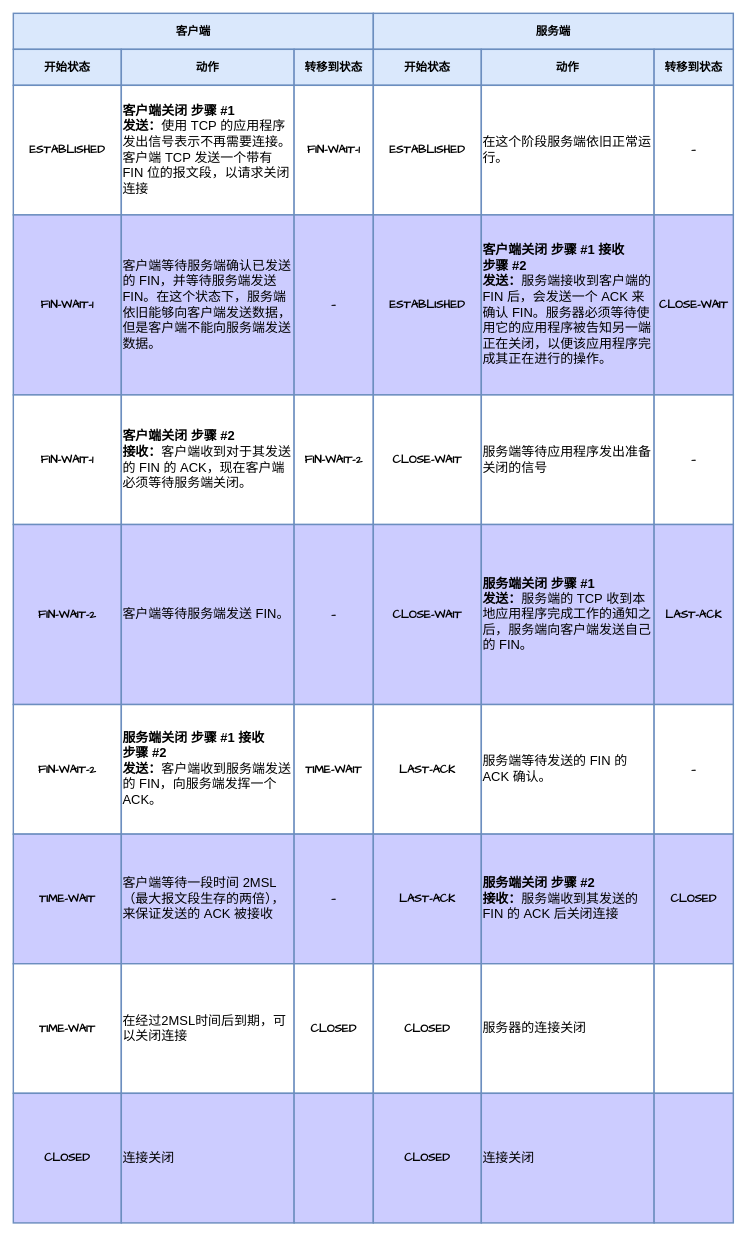
The draw.io diagram page "Page-7" (7 of 7) of TCP.drawio in LuoSue/sscdn, before the edit. Source tidied: cells renumbered, new cells numbered last; positions are measured from the earlier drawing's top-left corner, leaving out a move shared by most shapes. Both pictures are drawn from the tidied source at 72%, with x=0, y=0 at pixel (13, 13).
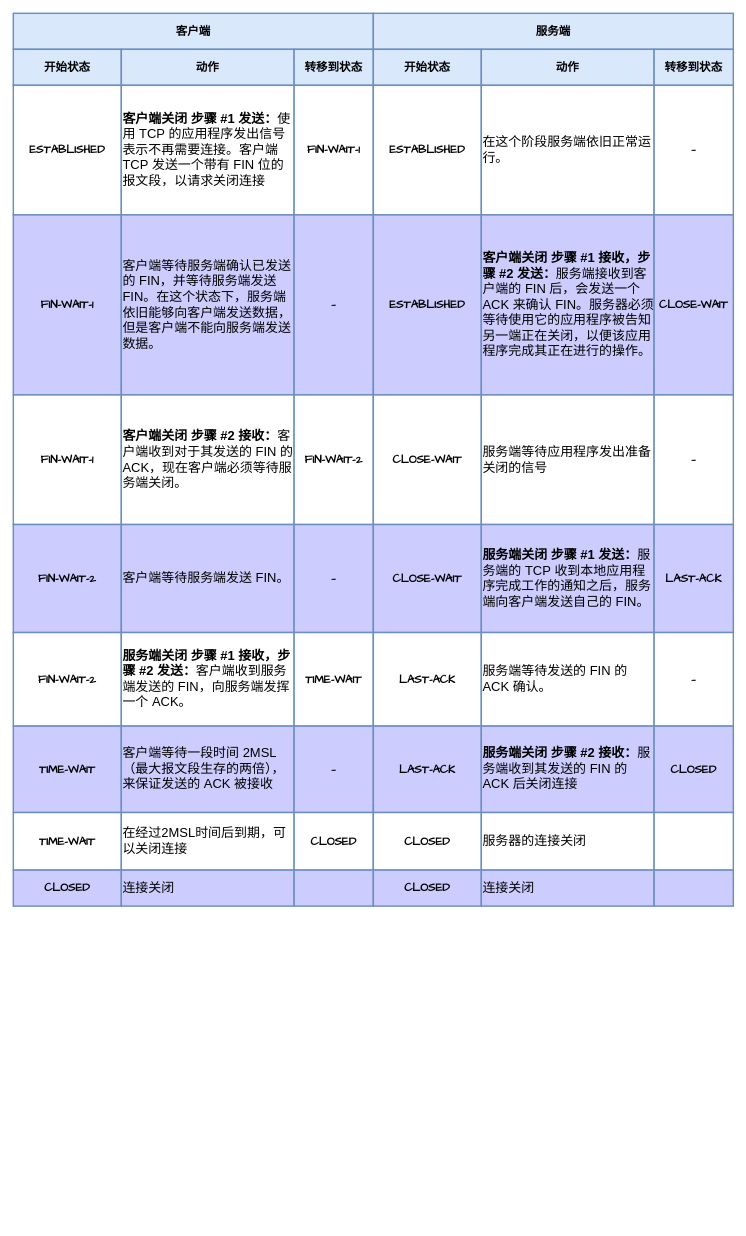
Above is the later version.

What changed in the source:
```diff
@@
-    <mxCell id="11" value="&lt;span style=&quot;font-size: 18px;&quot;&gt;&lt;b style=&quot;&quot;&gt;&lt;font face=&quot;HarmonyOS Sans&quot;&gt;客户端关闭&amp;nbsp;步骤 #1&lt;/font&gt;&lt;/b&gt;&lt;/span&gt;&lt;div&gt;&lt;span style=&quot;font-size: 18px;&quot;&gt;&lt;font face=&quot;tuTX2uS6eIChlI_M7sbH&quot;&gt;&lt;b style=&quot;&quot;&gt;发送：&lt;/b&gt;使用 TCP&amp;nbsp;的应用程序发出信号表示不再需要连接。客户端 TCP&amp;nbsp;发送一个带有 FIN&amp;nbsp;位的报文段，以请求关闭连接&lt;/font&gt;&lt;/span&gt;&lt;/div&gt;" style="rounded=0;whiteSpace=wrap;html=1;strokeWidth=2;fillWeight=4;hachureGap=8;hachureAngle=45;fillColor=default;strokeColor=#6c8ebf;align=left;" parent="1" vertex="1">
+    <mxCell id="11" value="&lt;span style=&quot;font-size: 18px;&quot;&gt;&lt;b style=&quot;&quot;&gt;&lt;font face=&quot;HarmonyOS Sans&quot;&gt;客户端关闭&amp;nbsp;步骤 #1&amp;nbsp;&lt;/font&gt;&lt;/b&gt;&lt;/span&gt;&lt;b style=&quot;font-family: tuTX2uS6eIChlI_M7sbH; font-size: 18px; background-color: initial;&quot;&gt;发送：&lt;/b&gt;&lt;span style=&quot;font-family: tuTX2uS6eIChlI_M7sbH; font-size: 18px; background-color: initial;&quot;&gt;使用 TCP&amp;nbsp;的应用程序发出信号表示不再需要连接。客户端 TCP&amp;nbsp;发送一个带有 FIN&amp;nbsp;位的报文段，以请求关闭连接&lt;/span&gt;" style="rounded=0;whiteSpace=wrap;html=1;strokeWidth=2;fillWeight=4;hachureGap=8;hachureAngle=45;fillColor=default;strokeColor=#6c8ebf;align=left;" parent="1" vertex="1">
       <mxGeometry x="150" y="100" width="240" height="180" as="geometry" />
     </mxCell>
@@
-    <mxCell id="20" value="&lt;b style=&quot;font-size: 18px;&quot;&gt;&lt;font face=&quot;HarmonyOS Sans&quot;&gt;客户端关闭&amp;nbsp;步骤 #1&amp;nbsp;接收&lt;/font&gt;&lt;/b&gt;&lt;div&gt;&lt;b style=&quot;font-size: 18px;&quot;&gt;&lt;font face=&quot;LI2wgQRrSszzwWAscirj&quot;&gt;步骤 #2&lt;/font&gt;&lt;/b&gt;&lt;/div&gt;&lt;div&gt;&lt;font face=&quot;LI2wgQRrSszzwWAscirj&quot;&gt;&lt;b style=&quot;font-size: 18px;&quot;&gt;发送：&lt;/b&gt;&lt;span style=&quot;background-color: initial; font-size: 18px;&quot;&gt;服务端接收到客户端的 FIN 后，会发送一个 ACK 来确认 FIN。服务器必须等待使用它的应用程序被告知另一端正在关闭，以便该应用程序完成其正在进行的操作。&lt;/span&gt;&lt;/font&gt;&lt;/div&gt;" style="rounded=0;whiteSpace=wrap;html=1;strokeWidth=2;fillWeight=4;hachureGap=8;hachureAngle=45;fillColor=#CCCCFF;strokeColor=#6c8ebf;align=left;" parent="1" vertex="1">
+    <mxCell id="20" value="&lt;b style=&quot;font-size: 18px;&quot;&gt;&lt;font face=&quot;HarmonyOS Sans&quot;&gt;客户端关闭&amp;nbsp;步骤 #1&amp;nbsp;接收，&lt;/font&gt;&lt;/b&gt;&lt;b style=&quot;background-color: initial; font-size: 18px;&quot;&gt;&lt;font face=&quot;LI2wgQRrSszzwWAscirj&quot;&gt;步骤 #2&amp;nbsp;&lt;/font&gt;&lt;/b&gt;&lt;b style=&quot;background-color: initial; font-family: LI2wgQRrSszzwWAscirj; font-size: 18px;&quot;&gt;发送：&lt;/b&gt;&lt;span style=&quot;background-color: initial; font-family: LI2wgQRrSszzwWAscirj; font-size: 18px;&quot;&gt;服务端接收到客户端的 FIN 后，会发送一个 ACK 来确认 FIN。服务器必须等待使用它的应用程序被告知另一端正在关闭，以便该应用程序完成其正在进行的操作。&lt;/span&gt;" style="rounded=0;whiteSpace=wrap;html=1;strokeWidth=2;fillWeight=4;hachureGap=8;hachureAngle=45;fillColor=#CCCCFF;strokeColor=#6c8ebf;align=left;" parent="1" vertex="1">
       <mxGeometry x="650" y="280" width="240" height="250" as="geometry" />
     </mxCell>
@@
-    <mxCell id="23" value="&lt;span style=&quot;font-size: 18px;&quot;&gt;&lt;b style=&quot;&quot;&gt;&lt;font face=&quot;HarmonyOS Sans&quot;&gt;客户端关闭&amp;nbsp;步骤 #2&lt;/font&gt;&lt;/b&gt;&lt;/span&gt;&lt;div&gt;&lt;span style=&quot;font-size: 18px;&quot;&gt;&lt;font face=&quot;Zy6z-xMidC0YDZ-pbTR6&quot;&gt;&lt;b style=&quot;&quot;&gt;接收：&lt;/b&gt;客户端收到对于其发送的 FIN&amp;nbsp;的 ACK，现在客户端必须等待服务端关闭。&lt;/font&gt;&lt;/span&gt;&lt;/div&gt;" style="rounded=0;whiteSpace=wrap;html=1;strokeWidth=2;fillWeight=4;hachureGap=8;hachureAngle=45;fillColor=default;strokeColor=#6c8ebf;align=left;" parent="1" vertex="1">
+    <mxCell id="23" value="&lt;span style=&quot;font-size: 18px;&quot;&gt;&lt;b style=&quot;&quot;&gt;&lt;font face=&quot;HarmonyOS Sans&quot;&gt;客户端关闭&amp;nbsp;步骤 #2&amp;nbsp;&lt;/font&gt;&lt;/b&gt;&lt;/span&gt;&lt;b style=&quot;font-family: Zy6z-xMidC0YDZ-pbTR6; font-size: 18px; background-color: initial;&quot;&gt;接收：&lt;/b&gt;&lt;span style=&quot;font-family: Zy6z-xMidC0YDZ-pbTR6; font-size: 18px; background-color: initial;&quot;&gt;客户端收到对于其发送的 FIN&amp;nbsp;的 ACK，现在客户端必须等待服务端关闭。&lt;/span&gt;" style="rounded=0;whiteSpace=wrap;html=1;strokeWidth=2;fillWeight=4;hachureGap=8;hachureAngle=45;fillColor=default;strokeColor=#6c8ebf;align=left;" parent="1" vertex="1">
       <mxGeometry x="150" y="530" width="240" height="180" as="geometry" />
     </mxCell>
@@
     <mxCell id="28" value="&lt;b style=&quot;font-family: &amp;quot;Comic Sans MS&amp;quot;; font-size: 16px;&quot;&gt;FIN-WAIT-2&lt;/b&gt;" style="rounded=0;whiteSpace=wrap;html=1;strokeWidth=2;fillWeight=4;hachureGap=8;hachureAngle=45;fillColor=#CCCCFF;strokeColor=#6c8ebf;" parent="1" vertex="1">
-      <mxGeometry y="710" width="150" height="250" as="geometry" />
+      <mxGeometry y="710" width="150" height="150" as="geometry" />
     </mxCell>
     <mxCell id="29" value="&lt;div style=&quot;font-size: 18px;&quot;&gt;&lt;font face=&quot;HarmonyOS Sans&quot;&gt;客户端等待服务端发送 FIN。&lt;/font&gt;&lt;/div&gt;" style="rounded=0;whiteSpace=wrap;html=1;strokeWidth=2;fillWeight=4;hachureGap=8;hachureAngle=45;fillColor=#CCCCFF;strokeColor=#6c8ebf;align=left;" parent="1" vertex="1">
-      <mxGeometry x="150" y="710" width="240" height="250" as="geometry" />
+      <mxGeometry x="150" y="710" width="240" height="150" as="geometry" />
     </mxCell>
     <mxCell id="30" value="&lt;b style=&quot;font-size: 16px;&quot;&gt;&lt;font face=&quot;Comic Sans MS&quot;&gt;—&lt;/font&gt;&lt;/b&gt;" style="rounded=0;whiteSpace=wrap;html=1;strokeWidth=2;fillWeight=4;hachureGap=8;hachureAngle=45;fillColor=#CCCCFF;strokeColor=#6c8ebf;" parent="1" vertex="1">
-      <mxGeometry x="390" y="710" width="110" height="250" as="geometry" />
+      <mxGeometry x="390" y="710" width="110" height="150" as="geometry" />
     </mxCell>
     <mxCell id="31" value="&lt;b style=&quot;font-family: &amp;quot;Comic Sans MS&amp;quot;; font-size: 16px;&quot;&gt;CLOSE-WAIT&lt;/b&gt;" style="rounded=0;whiteSpace=wrap;html=1;strokeWidth=2;fillWeight=4;hachureGap=8;hachureAngle=45;fillColor=#CCCCFF;strokeColor=#6c8ebf;" parent="1" vertex="1">
-      <mxGeometry x="500" y="710" width="150" height="250" as="geometry" />
+      <mxGeometry x="500" y="710" width="150" height="150" as="geometry" />
     </mxCell>
-    <mxCell id="32" value="&lt;div style=&quot;font-size: 18px;&quot;&gt;&lt;font face=&quot;HarmonyOS Sans&quot;&gt;&lt;b&gt;服务端关闭 步骤 #1&lt;/b&gt;&lt;/font&gt;&lt;/div&gt;&lt;div style=&quot;font-size: 18px;&quot;&gt;&lt;font face=&quot;HarmonyOS Sans&quot;&gt;&lt;b&gt;发送：&lt;/b&gt;服务端的 TCP&amp;nbsp;收到本地应用程序完成工作的通知之后，服务端向客户端发送自己的 FIN。&lt;/font&gt;&lt;/div&gt;" style="rounded=0;whiteSpace=wrap;html=1;strokeWidth=2;fillWeight=4;hachureGap=8;hachureAngle=45;fillColor=#CCCCFF;strokeColor=#6c8ebf;align=left;" parent="1" vertex="1">
-      <mxGeometry x="650" y="710" width="240" height="250" as="geometry" />
+    <mxCell id="32" value="&lt;div style=&quot;font-size: 18px;&quot;&gt;&lt;font face=&quot;HarmonyOS Sans&quot;&gt;&lt;b&gt;服务端关闭 步骤 #1&amp;nbsp;&lt;/b&gt;&lt;/font&gt;&lt;b style=&quot;font-family: &amp;quot;HarmonyOS Sans&amp;quot;; background-color: initial;&quot;&gt;发送：&lt;/b&gt;&lt;span style=&quot;font-family: &amp;quot;HarmonyOS Sans&amp;quot;; background-color: initial;&quot;&gt;服务端的 TCP&amp;nbsp;收到本地应用程序完成工作的通知之后，服务端向客户端发送自己的 FIN。&lt;/span&gt;&lt;/div&gt;" style="rounded=0;whiteSpace=wrap;html=1;strokeWidth=2;fillWeight=4;hachureGap=8;hachureAngle=45;fillColor=#CCCCFF;strokeColor=#6c8ebf;align=left;" parent="1" vertex="1">
+      <mxGeometry x="650" y="710" width="240" height="150" as="geometry" />
     </mxCell>
     <mxCell id="33" value="&lt;font face=&quot;Comic Sans MS&quot;&gt;&lt;span style=&quot;font-size: 16px;&quot;&gt;&lt;b&gt;LAST-ACK&lt;/b&gt;&lt;/span&gt;&lt;/font&gt;" style="rounded=0;whiteSpace=wrap;html=1;strokeWidth=2;fillWeight=4;hachureGap=8;hachureAngle=45;fillColor=#CCCCFF;strokeColor=#6c8ebf;" parent="1" vertex="1">
-      <mxGeometry x="890" y="710" width="110" height="250" as="geometry" />
+      <mxGeometry x="890" y="710" width="110" height="150" as="geometry" />
     </mxCell>
     <mxCell id="34" value="&lt;b style=&quot;font-family: &amp;quot;Comic Sans MS&amp;quot;; font-size: 16px;&quot;&gt;FIN-WAIT-2&lt;/b&gt;" style="rounded=0;whiteSpace=wrap;html=1;strokeWidth=2;fillWeight=4;hachureGap=8;hachureAngle=45;fillColor=default;strokeColor=#6c8ebf;" parent="1" vertex="1">
-      <mxGeometry y="960" width="150" height="180" as="geometry" />
+      <mxGeometry y="860" width="150" height="130" as="geometry" />
     </mxCell>
-    <mxCell id="35" value="&lt;div style=&quot;font-size: 18px;&quot;&gt;&lt;font face=&quot;HarmonyOS Sans&quot;&gt;&lt;b&gt;服务端关闭 步骤 #1 接收&lt;/b&gt;&lt;/font&gt;&lt;/div&gt;&lt;div style=&quot;font-size: 18px;&quot;&gt;&lt;font face=&quot;HarmonyOS Sans&quot;&gt;&lt;b&gt;步骤 #2&lt;/b&gt;&lt;/font&gt;&lt;/div&gt;&lt;div style=&quot;font-size: 18px;&quot;&gt;&lt;font face=&quot;HarmonyOS Sans&quot;&gt;&lt;b&gt;发送：&lt;/b&gt;客户端收到服务端发送的 FIN，向服务端发挥一个 ACK。&lt;/font&gt;&lt;/div&gt;" style="rounded=0;whiteSpace=wrap;html=1;strokeWidth=2;fillWeight=4;hachureGap=8;hachureAngle=45;fillColor=default;strokeColor=#6c8ebf;align=left;" parent="1" vertex="1">
-      <mxGeometry x="150" y="960" width="240" height="180" as="geometry" />
+    <mxCell id="35" value="&lt;div style=&quot;font-size: 18px;&quot;&gt;&lt;font face=&quot;HarmonyOS Sans&quot;&gt;&lt;b&gt;服务端关闭 步骤 #1 接收，&lt;/b&gt;&lt;/font&gt;&lt;b style=&quot;font-family: &amp;quot;HarmonyOS Sans&amp;quot;; background-color: initial;&quot;&gt;步骤 #2&amp;nbsp;&lt;/b&gt;&lt;b style=&quot;font-family: &amp;quot;HarmonyOS Sans&amp;quot;; background-color: initial;&quot;&gt;发送：&lt;/b&gt;&lt;span style=&quot;font-family: &amp;quot;HarmonyOS Sans&amp;quot;; background-color: initial;&quot;&gt;客户端收到服务端发送的 FIN，向服务端发挥一个 ACK。&lt;/span&gt;&lt;/div&gt;" style="rounded=0;whiteSpace=wrap;html=1;strokeWidth=2;fillWeight=4;hachureGap=8;hachureAngle=45;fillColor=default;strokeColor=#6c8ebf;align=left;" parent="1" vertex="1">
+      <mxGeometry x="150" y="860" width="240" height="130" as="geometry" />
     </mxCell>
     <mxCell id="36" value="&lt;b style=&quot;font-family: &amp;quot;Comic Sans MS&amp;quot;; font-size: 16px;&quot;&gt;TIME-WAIT&lt;/b&gt;" style="rounded=0;whiteSpace=wrap;html=1;strokeWidth=2;fillWeight=4;hachureGap=8;hachureAngle=45;fillColor=default;strokeColor=#6c8ebf;" parent="1" vertex="1">
-      <mxGeometry x="390" y="960" width="110" height="180" as="geometry" />
+      <mxGeometry x="390" y="860" width="110" height="130" as="geometry" />
     </mxCell>
     <mxCell id="37" value="&lt;b style=&quot;font-family: &amp;quot;Comic Sans MS&amp;quot;; font-size: 16px;&quot;&gt;LAST-ACK&lt;/b&gt;" style="rounded=0;whiteSpace=wrap;html=1;strokeWidth=2;fillWeight=4;hachureGap=8;hachureAngle=45;fillColor=default;strokeColor=#6c8ebf;" parent="1" vertex="1">
-      <mxGeometry x="500" y="960" width="150" height="180" as="geometry" />
+      <mxGeometry x="500" y="860" width="150" height="130" as="geometry" />
     </mxCell>
     <mxCell id="38" value="&lt;font face=&quot;HarmonyOS Sans&quot;&gt;&lt;span style=&quot;font-size: 18px;&quot;&gt;服务端等待发送的 FIN&amp;nbsp;的 ACK&amp;nbsp;确认。&lt;/span&gt;&lt;/font&gt;" style="rounded=0;whiteSpace=wrap;html=1;strokeWidth=2;fillWeight=4;hachureGap=8;hachureAngle=45;fillColor=default;strokeColor=#6c8ebf;align=left;" parent="1" vertex="1">
-      <mxGeometry x="650" y="960" width="240" height="180" as="geometry" />
+      <mxGeometry x="650" y="860" width="240" height="130" as="geometry" />
     </mxCell>
     <mxCell id="39" value="&lt;b style=&quot;font-size: 16px;&quot;&gt;&lt;font face=&quot;Comic Sans MS&quot;&gt;—&lt;/font&gt;&lt;/b&gt;" style="rounded=0;whiteSpace=wrap;html=1;strokeWidth=2;fillWeight=4;hachureGap=8;hachureAngle=45;fillColor=default;strokeColor=#6c8ebf;" parent="1" vertex="1">
-      <mxGeometry x="890" y="960" width="110" height="180" as="geometry" />
+      <mxGeometry x="890" y="860" width="110" height="130" as="geometry" />
     </mxCell>
     <mxCell id="40" value="&lt;b style=&quot;font-family: &amp;quot;Comic Sans MS&amp;quot;; font-size: 16px;&quot;&gt;TIME-WAIT&lt;/b&gt;" style="rounded=0;whiteSpace=wrap;html=1;strokeWidth=2;fillWeight=4;hachureGap=8;hachureAngle=45;fillColor=#CCCCFF;strokeColor=#6c8ebf;" parent="1" vertex="1">
-      <mxGeometry y="1140" width="150" height="180" as="geometry" />
+      <mxGeometry y="990" width="150" height="120" as="geometry" />
     </mxCell>
     <mxCell id="41" value="&lt;div style=&quot;font-size: 18px;&quot;&gt;&lt;span style=&quot;font-family: &amp;quot;HarmonyOS Sans&amp;quot;;&quot;&gt;客户端等待一段时间 2MSL（最大报文段生存的两倍），来保证发送的 ACK&amp;nbsp;被接收&lt;/span&gt;&lt;br&gt;&lt;/div&gt;" style="rounded=0;whiteSpace=wrap;html=1;strokeWidth=2;fillWeight=4;hachureGap=8;hachureAngle=45;fillColor=#CCCCFF;strokeColor=#6c8ebf;align=left;" parent="1" vertex="1">
-      <mxGeometry x="150" y="1140" width="240" height="180" as="geometry" />
+      <mxGeometry x="150" y="990" width="240" height="120" as="geometry" />
     </mxCell>
     <mxCell id="42" value="&lt;b style=&quot;font-size: 16px;&quot;&gt;&lt;font face=&quot;Comic Sans MS&quot;&gt;—&lt;/font&gt;&lt;/b&gt;" style="rounded=0;whiteSpace=wrap;html=1;strokeWidth=2;fillWeight=4;hachureGap=8;hachureAngle=45;fillColor=#CCCCFF;strokeColor=#6c8ebf;" parent="1" vertex="1">
-      <mxGeometry x="390" y="1140" width="110" height="180" as="geometry" />
+      <mxGeometry x="390" y="990" width="110" height="120" as="geometry" />
     </mxCell>
     <mxCell id="43" value="&lt;b style=&quot;font-family: &amp;quot;Comic Sans MS&amp;quot;; font-size: 16px;&quot;&gt;LAST-ACK&lt;/b&gt;" style="rounded=0;whiteSpace=wrap;html=1;strokeWidth=2;fillWeight=4;hachureGap=8;hachureAngle=45;fillColor=#CCCCFF;strokeColor=#6c8ebf;" parent="1" vertex="1">
-      <mxGeometry x="500" y="1140" width="150" height="180" as="geometry" />
+      <mxGeometry x="500" y="990" width="150" height="120" as="geometry" />
     </mxCell>
-    <mxCell id="44" value="&lt;div style=&quot;font-size: 18px;&quot;&gt;&lt;div&gt;&lt;font face=&quot;HarmonyOS Sans&quot;&gt;&lt;b&gt;服务端关闭&amp;nbsp;&lt;/b&gt;&lt;/font&gt;&lt;b style=&quot;font-family: &amp;quot;HarmonyOS Sans&amp;quot;; background-color: initial;&quot;&gt;步骤 #2&lt;/b&gt;&lt;/div&gt;&lt;div&gt;&lt;font face=&quot;HarmonyOS Sans&quot;&gt;&lt;b&gt;接收：&lt;/b&gt;服务端收到其发送的 FIN&amp;nbsp;的 ACK&amp;nbsp;后关闭连接&lt;/font&gt;&lt;/div&gt;&lt;/div&gt;" style="rounded=0;whiteSpace=wrap;html=1;strokeWidth=2;fillWeight=4;hachureGap=8;hachureAngle=45;fillColor=#CCCCFF;strokeColor=#6c8ebf;align=left;" parent="1" vertex="1">
-      <mxGeometry x="650" y="1140" width="240" height="180" as="geometry" />
+    <mxCell id="44" value="&lt;div style=&quot;font-size: 18px;&quot;&gt;&lt;div&gt;&lt;font face=&quot;HarmonyOS Sans&quot;&gt;&lt;b&gt;服务端关闭&amp;nbsp;&lt;/b&gt;&lt;/font&gt;&lt;b style=&quot;font-family: &amp;quot;HarmonyOS Sans&amp;quot;; background-color: initial;&quot;&gt;步骤 #2&amp;nbsp;&lt;/b&gt;&lt;b style=&quot;font-family: &amp;quot;HarmonyOS Sans&amp;quot;; background-color: initial;&quot;&gt;接收：&lt;/b&gt;&lt;span style=&quot;font-family: &amp;quot;HarmonyOS Sans&amp;quot;; background-color: initial;&quot;&gt;服务端收到其发送的 FIN&amp;nbsp;的 ACK&amp;nbsp;后关闭连接&lt;/span&gt;&lt;/div&gt;&lt;/div&gt;" style="rounded=0;whiteSpace=wrap;html=1;strokeWidth=2;fillWeight=4;hachureGap=8;hachureAngle=45;fillColor=#CCCCFF;strokeColor=#6c8ebf;align=left;" parent="1" vertex="1">
+      <mxGeometry x="650" y="990" width="240" height="120" as="geometry" />
     </mxCell>
     <mxCell id="45" value="&lt;font face=&quot;Comic Sans MS&quot;&gt;&lt;span style=&quot;font-size: 16px;&quot;&gt;&lt;b&gt;CLOSED&lt;/b&gt;&lt;/span&gt;&lt;/font&gt;" style="rounded=0;whiteSpace=wrap;html=1;strokeWidth=2;fillWeight=4;hachureGap=8;hachureAngle=45;fillColor=#CCCCFF;strokeColor=#6c8ebf;" parent="1" vertex="1">
-      <mxGeometry x="890" y="1140" width="110" height="180" as="geometry" />
+      <mxGeometry x="890" y="990" width="110" height="120" as="geometry" />
     </mxCell>
     <mxCell id="46" value="&lt;b style=&quot;font-family: &amp;quot;Comic Sans MS&amp;quot;; font-size: 16px;&quot;&gt;TIME-WAIT&lt;/b&gt;" style="rounded=0;whiteSpace=wrap;html=1;strokeWidth=2;fillWeight=4;hachureGap=8;hachureAngle=45;fillColor=default;strokeColor=#6c8ebf;" parent="1" vertex="1">
-      <mxGeometry y="1320" width="150" height="180" as="geometry" />
+      <mxGeometry y="1110" width="150" height="80" as="geometry" />
     </mxCell>
     <mxCell id="47" value="&lt;div style=&quot;font-size: 18px;&quot;&gt;&lt;font face=&quot;HarmonyOS Sans&quot;&gt;在经过2MSL时间后到期，可以关闭连接&lt;/font&gt;&lt;/div&gt;" style="rounded=0;whiteSpace=wrap;html=1;strokeWidth=2;fillWeight=4;hachureGap=8;hachureAngle=45;fillColor=default;strokeColor=#6c8ebf;align=left;" parent="1" vertex="1">
-      <mxGeometry x="150" y="1320" width="240" height="180" as="geometry" />
+      <mxGeometry x="150" y="1110" width="240" height="80" as="geometry" />
     </mxCell>
     <mxCell id="48" value="&lt;b style=&quot;font-family: &amp;quot;Comic Sans MS&amp;quot;; font-size: 16px;&quot;&gt;CLOSED&lt;/b&gt;" style="rounded=0;whiteSpace=wrap;html=1;strokeWidth=2;fillWeight=4;hachureGap=8;hachureAngle=45;fillColor=default;strokeColor=#6c8ebf;" parent="1" vertex="1">
-      <mxGeometry x="390" y="1320" width="110" height="180" as="geometry" />
+      <mxGeometry x="390" y="1110" width="110" height="80" as="geometry" />
     </mxCell>
     <mxCell id="49" value="&lt;b style=&quot;font-family: &amp;quot;Comic Sans MS&amp;quot;; font-size: 16px;&quot;&gt;CLOSED&lt;/b&gt;" style="rounded=0;whiteSpace=wrap;html=1;strokeWidth=2;fillWeight=4;hachureGap=8;hachureAngle=45;fillColor=default;strokeColor=#6c8ebf;" parent="1" vertex="1">
-      <mxGeometry x="500" y="1320" width="150" height="180" as="geometry" />
+      <mxGeometry x="500" y="1110" width="150" height="80" as="geometry" />
     </mxCell>
     <mxCell id="50" value="&lt;div style=&quot;font-size: 18px;&quot;&gt;&lt;font face=&quot;HarmonyOS Sans&quot;&gt;服务器的连接关闭&lt;/font&gt;&lt;/div&gt;" style="rounded=0;whiteSpace=wrap;html=1;strokeWidth=2;fillWeight=4;hachureGap=8;hachureAngle=45;fillColor=default;strokeColor=#6c8ebf;align=left;" parent="1" vertex="1">
-      <mxGeometry x="650" y="1320" width="240" height="180" as="geometry" />
+      <mxGeometry x="650" y="1110" width="240" height="80" as="geometry" />
     </mxCell>
     <mxCell id="51" style="rounded=0;whiteSpace=wrap;html=1;strokeWidth=2;fillWeight=4;hachureGap=8;hachureAngle=45;fillColor=default;strokeColor=#6c8ebf;" parent="1" vertex="1">
-      <mxGeometry x="890" y="1320" width="110" height="180" as="geometry" />
+      <mxGeometry x="890" y="1110" width="110" height="80" as="geometry" />
     </mxCell>
     <mxCell id="52" value="&lt;b style=&quot;font-family: &amp;quot;Comic Sans MS&amp;quot;; font-size: 16px;&quot;&gt;CLOSED&lt;/b&gt;" style="rounded=0;whiteSpace=wrap;html=1;strokeWidth=2;fillWeight=4;hachureGap=8;hachureAngle=45;fillColor=#CCCCFF;strokeColor=#6c8ebf;" parent="1" vertex="1">
-      <mxGeometry y="1500" width="150" height="180" as="geometry" />
+      <mxGeometry y="1190" width="150" height="50" as="geometry" />
     </mxCell>
     <mxCell id="53" value="&lt;div style=&quot;font-size: 18px;&quot;&gt;&lt;font face=&quot;HarmonyOS Sans&quot;&gt;连接关闭&lt;/font&gt;&lt;/div&gt;" style="rounded=0;whiteSpace=wrap;html=1;strokeWidth=2;fillWeight=4;hachureGap=8;hachureAngle=45;fillColor=#CCCCFF;strokeColor=#6c8ebf;align=left;" parent="1" vertex="1">
-      <mxGeometry x="150" y="1500" width="240" height="180" as="geometry" />
+      <mxGeometry x="150" y="1190" width="240" height="50" as="geometry" />
     </mxCell>
     <mxCell id="54" style="rounded=0;whiteSpace=wrap;html=1;strokeWidth=2;fillWeight=4;hachureGap=8;hachureAngle=45;fillColor=#CCCCFF;strokeColor=#6c8ebf;" parent="1" vertex="1">
-      <mxGeometry x="390" y="1500" width="110" height="180" as="geometry" />
+      <mxGeometry x="390" y="1190" width="110" height="50" as="geometry" />
     </mxCell>
     <mxCell id="55" value="&lt;b style=&quot;font-family: &amp;quot;Comic Sans MS&amp;quot;; font-size: 16px;&quot;&gt;CLOSED&lt;/b&gt;" style="rounded=0;whiteSpace=wrap;html=1;strokeWidth=2;fillWeight=4;hachureGap=8;hachureAngle=45;fillColor=#CCCCFF;strokeColor=#6c8ebf;" parent="1" vertex="1">
-      <mxGeometry x="500" y="1500" width="150" height="180" as="geometry" />
+      <mxGeometry x="500" y="1190" width="150" height="50" as="geometry" />
     </mxCell>
     <mxCell id="56" value="&lt;div style=&quot;font-size: 18px;&quot;&gt;&lt;font face=&quot;HarmonyOS Sans&quot;&gt;连接关闭&lt;/font&gt;&lt;/div&gt;" style="rounded=0;whiteSpace=wrap;html=1;strokeWidth=2;fillWeight=4;hachureGap=8;hachureAngle=45;fillColor=#CCCCFF;strokeColor=#6c8ebf;align=left;" parent="1" vertex="1">
-      <mxGeometry x="650" y="1500" width="240" height="180" as="geometry" />
+      <mxGeometry x="650" y="1190" width="240" height="50" as="geometry" />
     </mxCell>
     <mxCell id="57" style="rounded=0;whiteSpace=wrap;html=1;strokeWidth=2;fillWeight=4;hachureGap=8;hachureAngle=45;fillColor=#CCCCFF;strokeColor=#6c8ebf;" parent="1" vertex="1">
-      <mxGeometry x="890" y="1500" width="110" height="180" as="geometry" />
+      <mxGeometry x="890" y="1190" width="110" height="50" as="geometry" />
     </mxCell>
```
